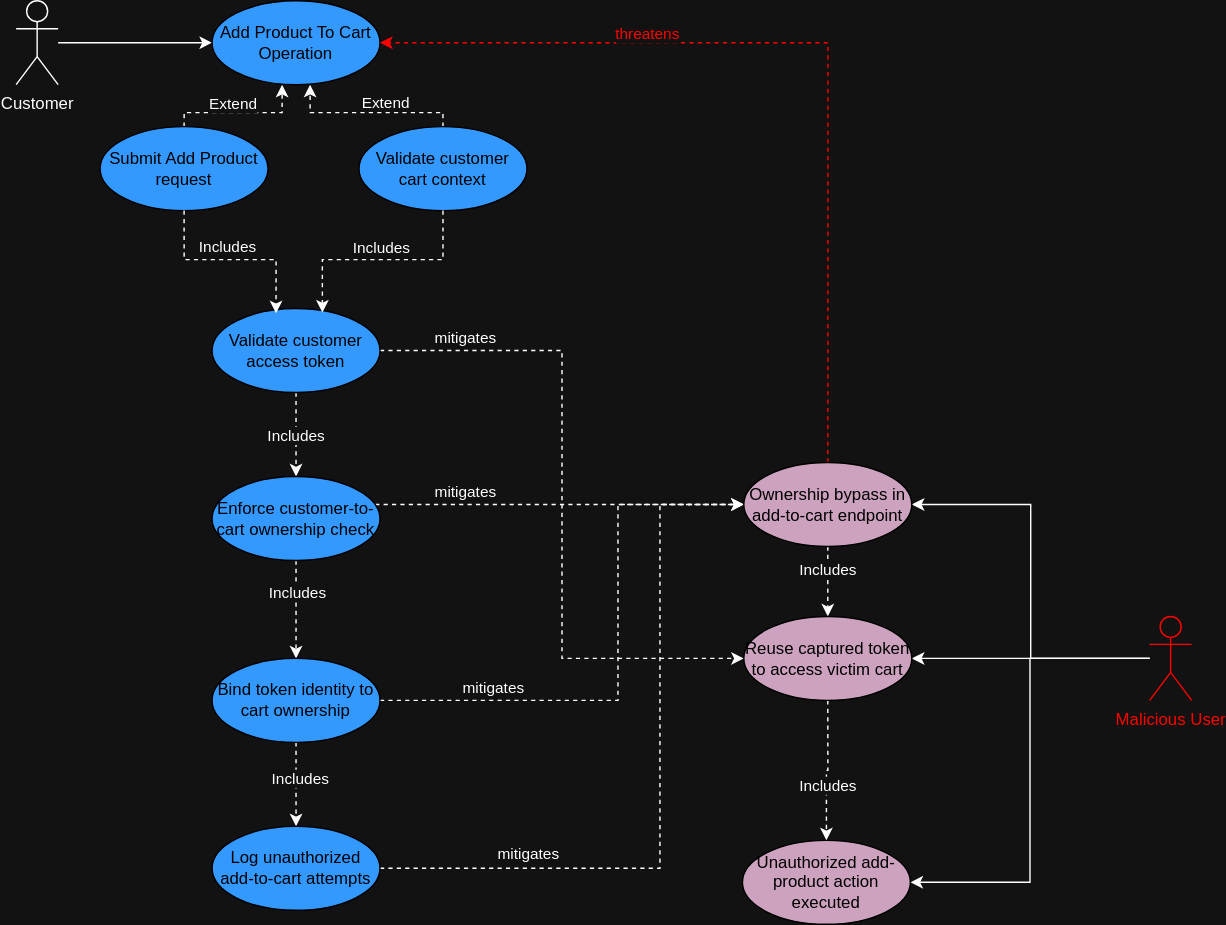
The draw.io diagram docs/abuse-cases/francisco1201373/images/Broken_Authorization_Add_Product_To_Cart_Abuse_Case.drawio.svg in mei-desofs/desofs2026-thu_crr_1, before a commit. Source tidied: cells renumbered, new cells last; positions are measured from the earlier drawing's top-left corner, leaving out a move shared by most shapes. Source of this version:
```xml
<mxGraphModel>
  <root>
    <mxCell id="0" />
    <mxCell id="1" parent="0" />
    <mxCell id="2" style="edgeStyle=orthogonalEdgeStyle;rounded=0;jettySize=auto;html=1;" parent="1" edge="1" source="3" target="8">
      <mxGeometry relative="1" as="geometry" />
    </mxCell>
    <mxCell id="3" value="Customer" style="shape=umlActor;verticalLabelPosition=bottom;verticalAlign=top;html=1;outlineConnect=0;" parent="1" vertex="1">
      <mxGeometry width="30" height="60" as="geometry" />
    </mxCell>
    <mxCell id="4" style="edgeStyle=orthogonalEdgeStyle;rounded=0;jettySize=auto;html=1;entryX=1;entryY=0.5;entryDx=0;entryDy=0;" parent="1" edge="1" source="7" target="33">
      <mxGeometry relative="1" as="geometry" />
    </mxCell>
    <mxCell id="5" style="edgeStyle=orthogonalEdgeStyle;rounded=0;jettySize=auto;html=1;entryX=1;entryY=0.5;entryDx=0;entryDy=0;" parent="1" edge="1" source="7" target="30">
      <mxGeometry relative="1" as="geometry" />
    </mxCell>
    <mxCell id="6" style="edgeStyle=orthogonalEdgeStyle;rounded=0;jettySize=auto;html=1;entryX=1;entryY=0.5;entryDx=0;entryDy=0;" parent="1" edge="1" source="7" target="25">
      <mxGeometry relative="1" as="geometry" />
    </mxCell>
    <mxCell id="7" value="Malicious User" style="shape=umlActor;verticalLabelPosition=bottom;verticalAlign=top;html=1;outlineConnect=0;strokeColor=light-dark(#C73500,#FF0000);fontColor=light-dark(#C73500,#FF0000);" parent="1" vertex="1">
      <mxGeometry x="810" y="440" width="30" height="60" as="geometry" />
    </mxCell>
    <mxCell id="8" value="Add Product To Cart Operation" style="ellipse;whiteSpace=wrap;html=1;fillColor=light-dark(#FFFFFF,#3399FF);strokeColor=light-dark(#000000,#000000);fontColor=light-dark(#000000,#000000);" parent="1" vertex="1">
      <mxGeometry x="140" width="120" height="60" as="geometry" />
    </mxCell>
    <mxCell id="9" value="Includes" style="edgeStyle=orthogonalEdgeStyle;rounded=0;jettySize=auto;html=1;dashed=1;" parent="1" edge="1" source="11" target="16">
      <mxGeometry relative="1" as="geometry" />
    </mxCell>
    <mxCell id="10" style="edgeStyle=orthogonalEdgeStyle;rounded=0;jettySize=auto;html=1;exitX=1;exitY=0.5;exitDx=0;exitDy=0;entryX=0;entryY=0.5;entryDx=0;entryDy=0;dashed=1;" parent="1" edge="1" source="11" target="33">
      <mxGeometry relative="1" as="geometry" />
    </mxCell>
    <mxCell id="11" value="Validate customer access token" style="ellipse;whiteSpace=wrap;html=1;fillColor=light-dark(#FFFFFF,#3399FF);strokeColor=light-dark(#000000,#000000);fontColor=light-dark(#000000,#000000);" parent="1" vertex="1">
      <mxGeometry x="140" y="220" width="120" height="60" as="geometry" />
    </mxCell>
    <mxCell id="12" style="edgeStyle=orthogonalEdgeStyle;rounded=0;jettySize=auto;html=1;entryX=0.5;entryY=0;entryDx=0;entryDy=0;dashed=1;" parent="1" edge="1" source="16" target="21">
      <mxGeometry relative="1" as="geometry" />
    </mxCell>
    <mxCell id="13" value="Includes" style="edgeLabel;html=1;align=center;verticalAlign=middle;" parent="12" vertex="1">
      <mxGeometry x="-0.76" relative="1" as="geometry">
        <mxPoint y="14" as="offset" />
      </mxGeometry>
    </mxCell>
    <mxCell id="14" style="edgeStyle=orthogonalEdgeStyle;rounded=0;jettySize=auto;html=1;entryX=0;entryY=0.5;entryDx=0;entryDy=0;dashed=1;" parent="1" edge="1" source="16" target="30">
      <mxGeometry relative="1" as="geometry">
        <Array as="points">
          <mxPoint x="330" y="360" />
          <mxPoint x="330" y="360" />
        </Array>
      </mxGeometry>
    </mxCell>
    <mxCell id="15" value="mitigates" style="edgeLabel;html=1;align=center;verticalAlign=middle;" parent="14" vertex="1">
      <mxGeometry x="-0.12" y="-1" relative="1" as="geometry">
        <mxPoint x="-52" y="-11" as="offset" />
      </mxGeometry>
    </mxCell>
    <mxCell id="16" value="Enforce customer-to-cart ownership check" style="ellipse;whiteSpace=wrap;html=1;fillColor=light-dark(#FFFFFF,#3399FF);strokeColor=light-dark(#000000,#000000);fontColor=light-dark(#000000,#000000);" parent="1" vertex="1">
      <mxGeometry x="140" y="340" width="120" height="60" as="geometry" />
    </mxCell>
    <mxCell id="17" style="edgeStyle=orthogonalEdgeStyle;rounded=0;jettySize=auto;html=1;entryX=0.5;entryY=0;entryDx=0;entryDy=0;dashed=1;" parent="1" edge="1" source="21" target="24">
      <mxGeometry relative="1" as="geometry" />
    </mxCell>
    <mxCell id="18" value="Includes" style="edgeLabel;html=1;align=center;verticalAlign=middle;" parent="17" vertex="1">
      <mxGeometry x="-0.16" y="2" relative="1" as="geometry" />
    </mxCell>
    <mxCell id="19" style="edgeStyle=orthogonalEdgeStyle;rounded=0;jettySize=auto;html=1;dashed=1;entryX=0;entryY=0.5;entryDx=0;entryDy=0;exitX=1;exitY=0.5;exitDx=0;exitDy=0;" parent="1" edge="1" source="21" target="30">
      <mxGeometry relative="1" as="geometry">
        <Array as="points">
          <mxPoint x="430" y="500" />
          <mxPoint x="430" y="360" />
        </Array>
      </mxGeometry>
    </mxCell>
    <mxCell id="20" value="mitigates" style="edgeLabel;html=1;align=center;verticalAlign=middle;" parent="19" vertex="1">
      <mxGeometry x="-0.11" y="-6" relative="1" as="geometry">
        <mxPoint x="-96" y="-2" as="offset" />
      </mxGeometry>
    </mxCell>
    <mxCell id="21" value="Bind token identity to cart ownership" style="ellipse;whiteSpace=wrap;html=1;fillColor=light-dark(#FFFFFF,#3399FF);strokeColor=light-dark(#000000,#000000);fontColor=light-dark(#000000,#000000);" parent="1" vertex="1">
      <mxGeometry x="140" y="470" width="120" height="60" as="geometry" />
    </mxCell>
    <mxCell id="22" style="edgeStyle=orthogonalEdgeStyle;rounded=0;jettySize=auto;html=1;dashed=1;entryX=0;entryY=0.5;entryDx=0;entryDy=0;exitX=1;exitY=0.5;exitDx=0;exitDy=0;" parent="1" edge="1" source="24" target="30">
      <mxGeometry relative="1" as="geometry">
        <Array as="points">
          <mxPoint x="460" y="620" />
          <mxPoint x="460" y="360" />
        </Array>
      </mxGeometry>
    </mxCell>
    <mxCell id="23" value="mitigates" style="edgeLabel;html=1;align=center;verticalAlign=middle;" parent="22" vertex="1">
      <mxGeometry x="-0.15" y="-1" relative="1" as="geometry">
        <mxPoint x="-96" y="12" as="offset" />
      </mxGeometry>
    </mxCell>
    <mxCell id="24" value="Log unauthorized add-to-cart attempts" style="ellipse;whiteSpace=wrap;html=1;fillColor=light-dark(#FFFFFF,#3399FF);strokeColor=light-dark(#000000,#000000);fontColor=light-dark(#000000,#000000);" parent="1" vertex="1">
      <mxGeometry x="140" y="590" width="120" height="60" as="geometry" />
    </mxCell>
    <mxCell id="25" value="Unauthorized add-product action executed" style="ellipse;whiteSpace=wrap;html=1;fillColor=light-dark(#FFFFFF,#CDA2BE);strokeColor=light-dark(#000000,#000000);fontColor=light-dark(#000000,#000000);" parent="1" vertex="1">
      <mxGeometry x="519" y="600" width="120" height="60" as="geometry" />
    </mxCell>
    <mxCell id="26" style="edgeStyle=orthogonalEdgeStyle;rounded=0;jettySize=auto;html=1;exitX=0.5;exitY=0;exitDx=0;exitDy=0;dashed=1;strokeColor=light-dark(#C73500,#FF0000);entryX=1;entryY=0.5;entryDx=0;entryDy=0;" parent="1" edge="1" source="30" target="8">
      <mxGeometry relative="1" as="geometry">
        <Array as="points">
          <mxPoint x="580" y="30" />
        </Array>
      </mxGeometry>
    </mxCell>
    <mxCell id="27" value="threatens" style="edgeLabel;html=1;align=center;verticalAlign=middle;strokeColor=light-dark(#C73500,#FF0000);fontColor=light-dark(#C73500,#FF0000);" parent="26" vertex="1">
      <mxGeometry x="0.19" y="2" relative="1" as="geometry">
        <mxPoint x="-61" y="-9" as="offset" />
      </mxGeometry>
    </mxCell>
    <mxCell id="28" style="edgeStyle=orthogonalEdgeStyle;rounded=0;jettySize=auto;html=1;dashed=1;" parent="1" edge="1" source="30" target="33">
      <mxGeometry relative="1" as="geometry" />
    </mxCell>
    <mxCell id="29" value="Includes" style="edgeLabel;html=1;align=center;verticalAlign=middle;" parent="28" vertex="1">
      <mxGeometry x="-0.31" y="-1" relative="1" as="geometry" />
    </mxCell>
    <mxCell id="30" value="Ownership bypass in add-to-cart endpoint" style="ellipse;whiteSpace=wrap;html=1;fillColor=light-dark(#FFFFFF,#CDA2BE);strokeColor=light-dark(#000000,#000000);fontColor=light-dark(#000000,#000000);" parent="1" vertex="1">
      <mxGeometry x="520" y="330" width="120" height="60" as="geometry" />
    </mxCell>
    <mxCell id="31" style="edgeStyle=orthogonalEdgeStyle;rounded=0;jettySize=auto;html=1;exitX=0.5;exitY=1;exitDx=0;exitDy=0;entryX=0.5;entryY=0;entryDx=0;entryDy=0;dashed=1;" parent="1" edge="1" source="33" target="25">
      <mxGeometry relative="1" as="geometry" />
    </mxCell>
    <mxCell id="32" value="Includes" style="edgeLabel;html=1;align=center;verticalAlign=middle;" parent="31" vertex="1">
      <mxGeometry x="-0.42" y="1" relative="1" as="geometry">
        <mxPoint x="-2" y="31" as="offset" />
      </mxGeometry>
    </mxCell>
    <mxCell id="33" value="Reuse captured token to access victim cart" style="ellipse;whiteSpace=wrap;html=1;fillColor=light-dark(#FFFFFF,#CDA2BE);strokeColor=light-dark(#000000,#000000);fontColor=light-dark(#000000,#000000);" parent="1" vertex="1">
      <mxGeometry x="520" y="440" width="120" height="60" as="geometry" />
    </mxCell>
    <mxCell id="34" style="edgeStyle=orthogonalEdgeStyle;rounded=0;jettySize=auto;html=1;exitX=0.5;exitY=0;exitDx=0;exitDy=0;dashed=1;" parent="1" edge="1" source="36">
      <mxGeometry relative="1" as="geometry">
        <mxPoint x="190" y="60" as="targetPoint" />
        <Array as="points">
          <mxPoint x="120" y="80" />
          <mxPoint x="190" y="80" />
          <mxPoint x="190" y="60" />
        </Array>
      </mxGeometry>
    </mxCell>
    <mxCell id="35" value="Extend" style="edgeLabel;html=1;align=center;verticalAlign=middle;" parent="34" vertex="1">
      <mxGeometry x="-0.33" y="-1" relative="1" as="geometry">
        <mxPoint x="11" y="-8" as="offset" />
      </mxGeometry>
    </mxCell>
    <mxCell id="36" value="Submit Add Product request" style="ellipse;whiteSpace=wrap;html=1;fillColor=light-dark(#FFFFFF,#3399FF);strokeColor=light-dark(#000000,#000000);fontColor=light-dark(#000000,#000000);" parent="1" vertex="1">
      <mxGeometry x="60" y="90" width="120" height="60" as="geometry" />
    </mxCell>
    <mxCell id="37" style="edgeStyle=orthogonalEdgeStyle;rounded=0;jettySize=auto;html=1;exitX=0.5;exitY=0;exitDx=0;exitDy=0;dashed=1;" parent="1" edge="1" source="38">
      <mxGeometry relative="1" as="geometry">
        <mxPoint x="210" y="60" as="targetPoint" />
        <Array as="points">
          <mxPoint x="305" y="80" />
          <mxPoint x="210" y="80" />
          <mxPoint x="210" y="60" />
        </Array>
      </mxGeometry>
    </mxCell>
    <mxCell id="38" value="Validate customer cart context" style="ellipse;whiteSpace=wrap;html=1;fillColor=light-dark(#FFFFFF,#3399FF);strokeColor=light-dark(#000000,#000000);fontColor=light-dark(#000000,#000000);" parent="1" vertex="1">
      <mxGeometry x="245" y="90" width="120" height="60" as="geometry" />
    </mxCell>
    <mxCell id="39" value="Extend" style="edgeLabel;html=1;align=center;verticalAlign=middle;" parent="1" vertex="1">
      <mxGeometry x="266" y="78" as="geometry">
        <mxPoint x="-3" y="-6" as="offset" />
      </mxGeometry>
    </mxCell>
    <mxCell id="40" style="edgeStyle=orthogonalEdgeStyle;rounded=0;jettySize=auto;html=1;exitX=0.5;exitY=1;exitDx=0;exitDy=0;entryX=0.381;entryY=0.057;entryDx=0;entryDy=0;entryPerimeter=0;dashed=1;" parent="1" edge="1" source="36" target="11">
      <mxGeometry relative="1" as="geometry" />
    </mxCell>
    <mxCell id="41" value="Includes" style="edgeLabel;html=1;align=center;verticalAlign=middle;" parent="40" vertex="1">
      <mxGeometry x="-0.52" relative="1" as="geometry">
        <mxPoint x="30" y="-8" as="offset" />
      </mxGeometry>
    </mxCell>
    <mxCell id="42" style="edgeStyle=orthogonalEdgeStyle;rounded=0;jettySize=auto;html=1;exitX=0.5;exitY=1;exitDx=0;exitDy=0;entryX=0.657;entryY=0.048;entryDx=0;entryDy=0;entryPerimeter=0;dashed=1;" parent="1" edge="1" source="38" target="11">
      <mxGeometry relative="1" as="geometry" />
    </mxCell>
    <mxCell id="43" value="Includes" style="edgeLabel;html=1;align=center;verticalAlign=middle;" parent="42" vertex="1">
      <mxGeometry x="0.42" y="2" relative="1" as="geometry">
        <mxPoint x="33" y="-11" as="offset" />
      </mxGeometry>
    </mxCell>
    <mxCell id="44" value="mitigates" style="edgeLabel;html=1;align=center;verticalAlign=middle;" parent="1" vertex="1">
      <mxGeometry x="320" y="240" as="geometry" />
    </mxCell>
  </root>
</mxGraphModel>
```
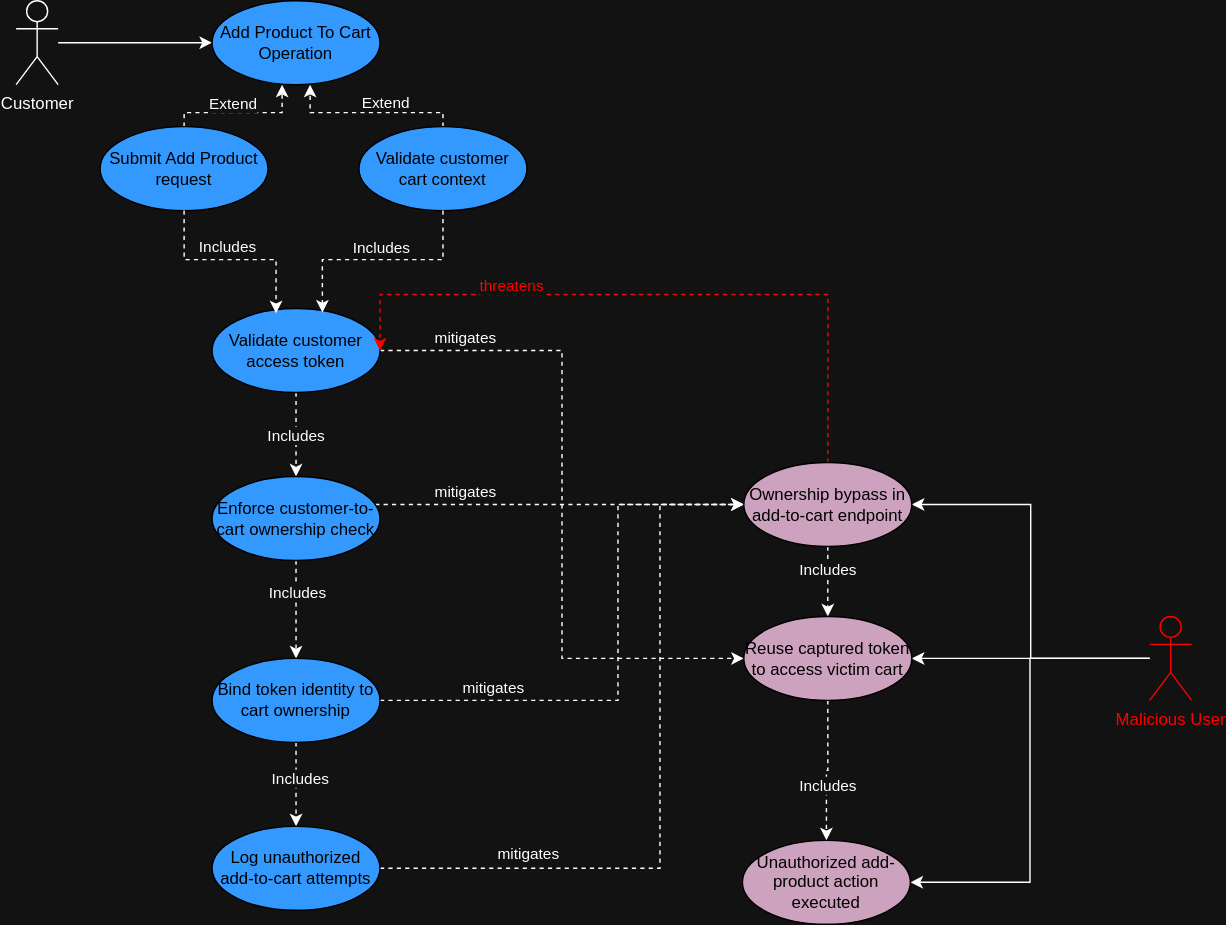
The same diagram one commit later.

Diff of the diagram source:
```diff
@@ -97,10 +97,11 @@
     <mxCell id="25" value="Unauthorized add-product action executed" style="ellipse;whiteSpace=wrap;html=1;fillColor=light-dark(#FFFFFF,#CDA2BE);strokeColor=light-dark(#000000,#000000);fontColor=light-dark(#000000,#000000);" parent="1" vertex="1">
       <mxGeometry x="519" y="600" width="120" height="60" as="geometry" />
     </mxCell>
-    <mxCell id="26" style="edgeStyle=orthogonalEdgeStyle;rounded=0;jettySize=auto;html=1;exitX=0.5;exitY=0;exitDx=0;exitDy=0;dashed=1;strokeColor=light-dark(#C73500,#FF0000);entryX=1;entryY=0.5;entryDx=0;entryDy=0;" parent="1" edge="1" source="30" target="8">
+    <mxCell id="26" style="edgeStyle=orthogonalEdgeStyle;rounded=0;jettySize=auto;html=1;exitX=0.5;exitY=0;exitDx=0;exitDy=0;dashed=1;strokeColor=light-dark(#C73500,#FF0000);entryX=1;entryY=0.5;entryDx=0;entryDy=0;" parent="1" edge="1" source="30" target="11">
       <mxGeometry relative="1" as="geometry">
         <Array as="points">
-          <mxPoint x="580" y="30" />
+          <mxPoint x="580" y="210" />
+          <mxPoint x="260" y="210" />
         </Array>
       </mxGeometry>
     </mxCell>
```
